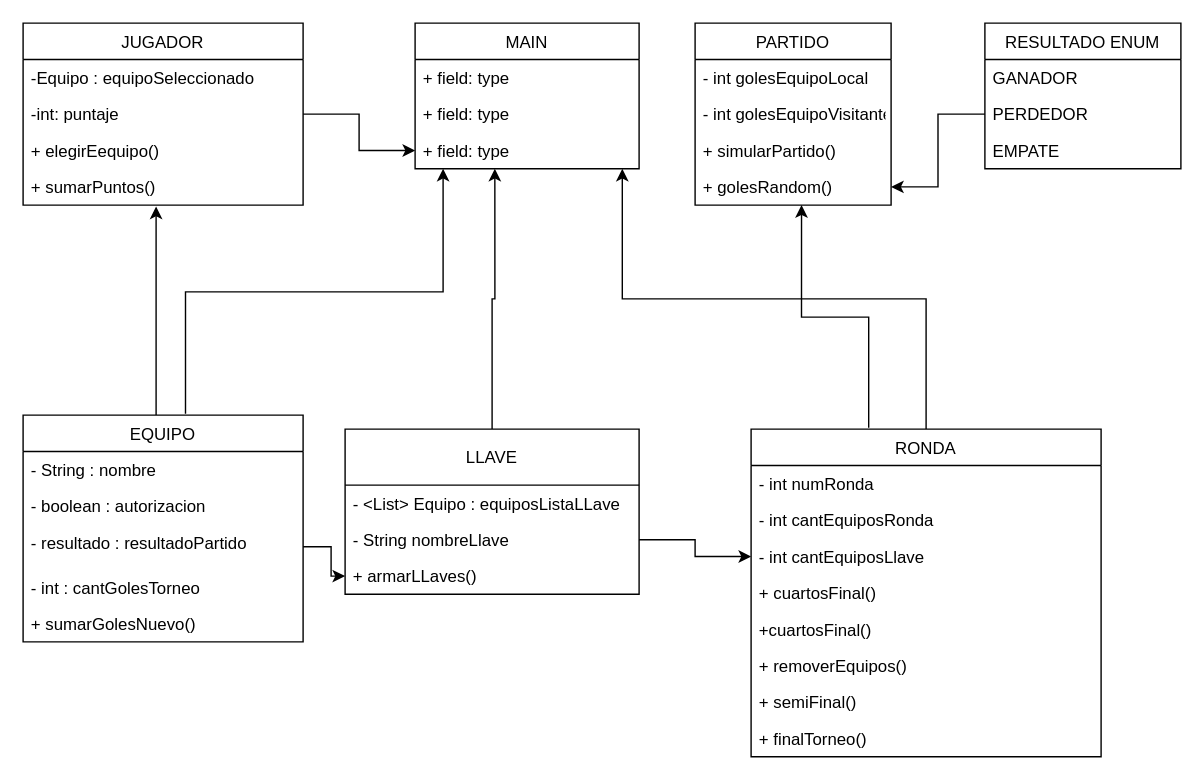
Above: utn integrador/utnIntegrador.drawio in Aubar48/proyectoIntegradorUtn (draw.io), before the change. Source tidied: cells renumbered, new cells numbered last; positions are measured from the earlier drawing's top-left corner, leaving out a move shared by most shapes. Both pictures are drawn from the tidied source at 140%, with x=0, y=0 at pixel (22, 22).
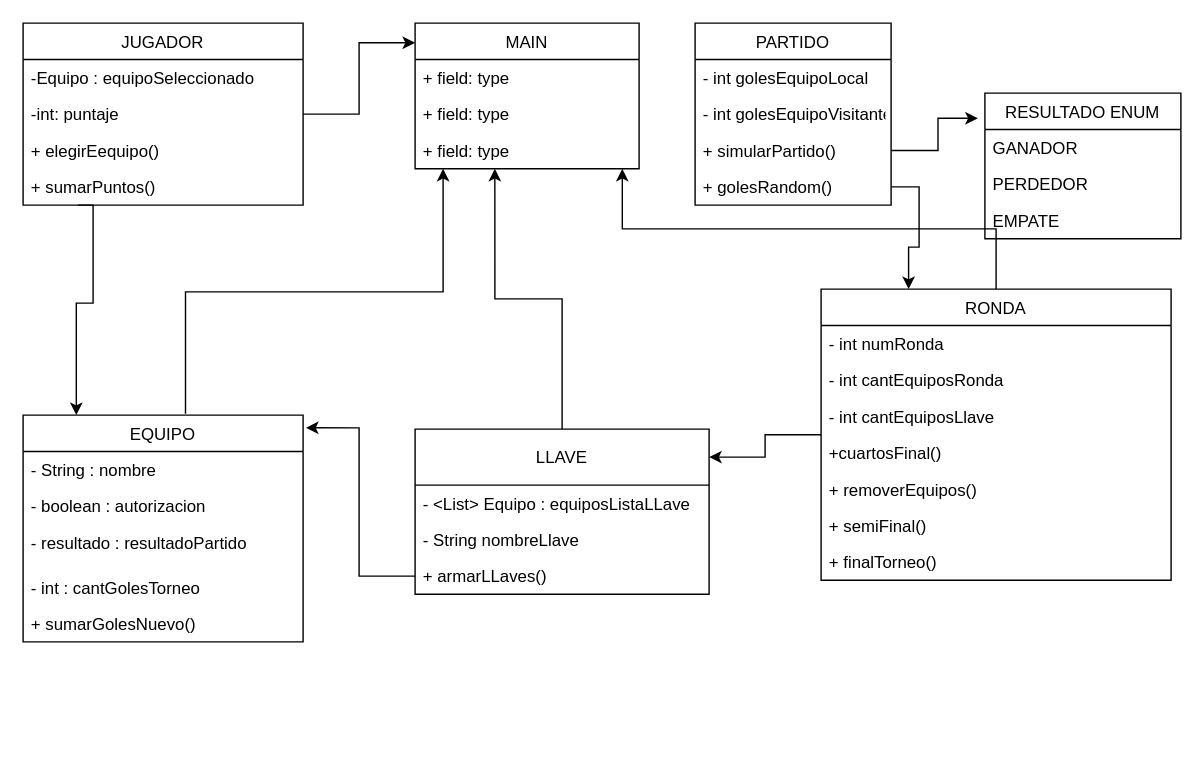
After the change.

Commit message:
se corrigio el uml

Unchanged cells that the change refers to:
```xml
<mxCell id="5" value="+ simularPartido()" style="text;strokeColor=none;fillColor=none;align=left;verticalAlign=top;spacingLeft=4;spacingRight=4;overflow=hidden;points=[[0,0.5],[1,0.5]];portConstraint=eastwest;" parent="2" vertex="1">
  <mxGeometry y="78" width="140" height="26" as="geometry" />
</mxCell>
<mxCell id="6" value="+ golesRandom()" style="text;strokeColor=none;fillColor=none;align=left;verticalAlign=top;spacingLeft=4;spacingRight=4;overflow=hidden;points=[[0,0.5],[1,0.5]];portConstraint=eastwest;" parent="2" vertex="1">
  <mxGeometry y="104" width="140" height="26" as="geometry" />
</mxCell>
<mxCell id="7" value="MAIN" style="swimlane;fontStyle=0;horizontal=1;startSize=26;fillColor=none;" parent="1" vertex="1">
  <mxGeometry x="280" width="160" height="104" as="geometry" />
</mxCell>
<mxCell id="10" value="+ field: type" style="text;strokeColor=none;fillColor=none;align=left;verticalAlign=top;spacingLeft=4;spacingRight=4;overflow=hidden;points=[[0,0.5],[1,0.5]];portConstraint=eastwest;" parent="7" vertex="1">
  <mxGeometry y="78" width="160" height="26" as="geometry" />
</mxCell>
<mxCell id="14" value="- String nombreLlave" style="text;strokeColor=none;fillColor=none;align=left;verticalAlign=top;spacingLeft=4;spacingRight=4;overflow=hidden;points=[[0,0.5],[1,0.5]];portConstraint=eastwest;" parent="12" vertex="1">
  <mxGeometry y="66" width="210" height="26" as="geometry" />
</mxCell>
<mxCell id="15" value="+ armarLLaves()" style="text;strokeColor=none;fillColor=none;align=left;verticalAlign=top;spacingLeft=4;spacingRight=4;overflow=hidden;points=[[0,0.5],[1,0.5]];portConstraint=eastwest;" parent="12" vertex="1">
  <mxGeometry y="92" width="210" height="26" as="geometry" />
</mxCell>
<mxCell id="21" value="- int cantEquiposLlave" style="text;strokeColor=none;fillColor=none;align=left;verticalAlign=top;spacingLeft=4;spacingRight=4;overflow=hidden;points=[[0,0.5],[1,0.5]];portConstraint=eastwest;" parent="18" vertex="1">
  <mxGeometry y="78" width="250" height="26" as="geometry" />
</mxCell>
<mxCell id="29" value="PERDEDOR" style="text;strokeColor=none;fillColor=none;align=left;verticalAlign=top;spacingLeft=4;spacingRight=4;overflow=hidden;points=[[0,0.5],[1,0.5]];portConstraint=eastwest;" parent="27" vertex="1">
  <mxGeometry y="52" width="140" height="26" as="geometry" />
</mxCell>
<mxCell id="33" value="-int: puntaje" style="text;strokeColor=none;fillColor=none;align=left;verticalAlign=top;spacingLeft=4;spacingRight=4;overflow=hidden;points=[[0,0.5],[1,0.5]];portConstraint=eastwest;" parent="31" vertex="1">
  <mxGeometry y="52" width="200" height="26" as="geometry" />
</mxCell>
<mxCell id="35" value="+ sumarPuntos()" style="text;strokeColor=none;fillColor=none;align=left;verticalAlign=top;spacingLeft=4;spacingRight=4;overflow=hidden;points=[[0,0.5],[1,0.5]];portConstraint=eastwest;" parent="31" vertex="1">
  <mxGeometry y="104" width="200" height="26" as="geometry" />
</mxCell>
<mxCell id="38" value="EQUIPO" style="swimlane;fontStyle=0;horizontal=1;startSize=26;fillColor=none;" parent="1" vertex="1">
  <mxGeometry y="280" width="200" height="162" as="geometry" />
</mxCell>
<mxCell id="41" value="- resultado : resultadoPartido" style="text;strokeColor=none;fillColor=none;align=left;verticalAlign=top;spacingLeft=4;spacingRight=4;overflow=hidden;points=[[0,0.5],[1,0.5]];portConstraint=eastwest;" parent="38" vertex="1">
  <mxGeometry y="78" width="200" height="32" as="geometry" />
</mxCell>
```

The edit, as a diff of the source:
```diff
@@
     <mxCell id="12" value="LLAVE" style="swimlane;fontStyle=0;horizontal=1;startSize=40;fillColor=none;" parent="1" vertex="1">
-      <mxGeometry x="230" y="290" width="210" height="118" as="geometry" />
+      <mxGeometry x="280" y="290" width="210" height="118" as="geometry" />
     </mxCell>
@@
-    <mxCell id="16" style="edgeStyle=orthogonalEdgeStyle;rounded=0;jettySize=auto;html=1;entryX=0.543;entryY=1;entryDx=0;entryDy=0;entryPerimeter=0;exitX=0.336;exitY=-0.004;exitDx=0;exitDy=0;exitPerimeter=0;" parent="1" edge="1" source="18" target="6">
-      <mxGeometry relative="1" as="geometry" />
-    </mxCell>
@@
+    <mxCell id="48" style="edgeStyle=orthogonalEdgeStyle;rounded=0;jettySize=auto;html=1;" parent="1" edge="1" source="18" target="12">
+      <mxGeometry relative="1" as="geometry">
+        <Array as="points">
+          <mxPoint x="530" y="294" />
+          <mxPoint x="530" y="310" />
+        </Array>
+      </mxGeometry>
+    </mxCell>
     <mxCell id="18" value="RONDA" style="swimlane;fontStyle=0;horizontal=1;startSize=26;fillColor=none;" parent="1" vertex="1">
-      <mxGeometry x="520" y="290" width="250" height="234" as="geometry" />
+      <mxGeometry x="570" y="190" width="250" height="208" as="geometry" />
     </mxCell>
@@
-    <mxCell id="22" value="+ cuartosFinal()" style="text;strokeColor=none;fillColor=none;align=left;verticalAlign=top;spacingLeft=4;spacingRight=4;overflow=hidden;" parent="18" vertex="1">
-      <mxGeometry y="104" width="250" height="26" as="geometry" />
-    </mxCell>
     <mxCell id="23" value="+cuartosFinal()" style="text;strokeColor=none;fillColor=none;align=left;verticalAlign=top;spacingLeft=4;spacingRight=4;overflow=hidden;" parent="18" vertex="1">
-      <mxGeometry y="130" width="250" height="26" as="geometry" />
+      <mxGeometry y="104" width="250" height="26" as="geometry" />
     </mxCell>
     <mxCell id="24" value="+ removerEquipos()" style="text;strokeColor=none;fillColor=none;align=left;verticalAlign=top;spacingLeft=4;spacingRight=4;overflow=hidden;" parent="18" vertex="1">
-      <mxGeometry y="156" width="250" height="26" as="geometry" />
+      <mxGeometry y="130" width="250" height="26" as="geometry" />
     </mxCell>
     <mxCell id="25" value="+ semiFinal()" style="text;strokeColor=none;fillColor=none;align=left;verticalAlign=top;spacingLeft=4;spacingRight=4;overflow=hidden;" parent="18" vertex="1">
-      <mxGeometry y="182" width="250" height="26" as="geometry" />
+      <mxGeometry y="156" width="250" height="26" as="geometry" />
     </mxCell>
     <mxCell id="26" value="+ finalTorneo()" style="text;strokeColor=none;fillColor=none;align=left;verticalAlign=top;spacingLeft=4;spacingRight=4;overflow=hidden;" parent="18" vertex="1">
-      <mxGeometry y="208" width="250" height="26" as="geometry" />
+      <mxGeometry y="182" width="250" height="26" as="geometry" />
     </mxCell>
     <mxCell id="27" value="RESULTADO ENUM" style="swimlane;fontStyle=0;horizontal=1;startSize=26;fillColor=none;" parent="1" vertex="1">
-      <mxGeometry x="687" width="140" height="104" as="geometry" />
+      <mxGeometry x="687" y="50" width="140" height="104" as="geometry" />
     </mxCell>
@@
-    <mxCell id="36" style="edgeStyle=orthogonalEdgeStyle;rounded=0;jettySize=auto;html=1;entryX=0.475;entryY=1.038;entryDx=0;entryDy=0;entryPerimeter=0;" parent="1" edge="1" source="38" target="35">
-      <mxGeometry relative="1" as="geometry">
-        <Array as="points">
-          <mxPoint x="80" y="305" />
-          <mxPoint x="95" y="305" />
-        </Array>
-      </mxGeometry>
-    </mxCell>
@@
-    <mxCell id="44" style="edgeStyle=orthogonalEdgeStyle;rounded=0;jettySize=auto;html=1;" parent="1" edge="1" source="33" target="10">
+    <mxCell id="44" style="edgeStyle=orthogonalEdgeStyle;rounded=0;jettySize=auto;html=1;entryX=0;entryY=0.135;entryDx=0;entryDy=0;entryPerimeter=0;" parent="1" edge="1" source="33" target="7">
       <mxGeometry relative="1" as="geometry" />
     </mxCell>
-    <mxCell id="45" style="edgeStyle=orthogonalEdgeStyle;rounded=0;jettySize=auto;html=1;" parent="1" edge="1" source="29" target="6">
-      <mxGeometry relative="1" as="geometry" />
-    </mxCell>
-    <mxCell id="46" style="edgeStyle=orthogonalEdgeStyle;rounded=0;jettySize=auto;html=1;" parent="1" edge="1" source="41" target="15">
-      <mxGeometry relative="1" as="geometry" />
-    </mxCell>
-    <mxCell id="47" style="edgeStyle=orthogonalEdgeStyle;rounded=0;jettySize=auto;html=1;entryX=0;entryY=0.5;entryDx=0;entryDy=0;" parent="1" edge="1" source="14" target="21">
-      <mxGeometry relative="1" as="geometry" />
-    </mxCell>
+    <mxCell id="49" style="edgeStyle=orthogonalEdgeStyle;rounded=0;jettySize=auto;html=1;exitX=0.195;exitY=1;exitDx=0;exitDy=0;exitPerimeter=0;" parent="1" edge="1" source="35">
+      <mxGeometry relative="1" as="geometry">
+        <mxPoint x="38" y="280" as="targetPoint" />
+        <Array as="points">
+          <mxPoint x="50" y="130" />
+          <mxPoint x="50" y="200" />
+          <mxPoint x="38" y="200" />
+          <mxPoint x="38" y="280" />
+        </Array>
+      </mxGeometry>
+    </mxCell>
+    <mxCell id="50" style="edgeStyle=orthogonalEdgeStyle;rounded=0;jettySize=auto;html=1;entryX=-0.036;entryY=0.173;entryDx=0;entryDy=0;entryPerimeter=0;" parent="1" edge="1" source="5" target="27">
+      <mxGeometry relative="1" as="geometry" />
+    </mxCell>
+    <mxCell id="51" style="edgeStyle=orthogonalEdgeStyle;rounded=0;jettySize=auto;html=1;entryX=1.01;entryY=0.056;entryDx=0;entryDy=0;entryPerimeter=0;exitX=0;exitY=0.5;exitDx=0;exitDy=0;" parent="1" edge="1" source="15" target="38">
+      <mxGeometry relative="1" as="geometry" />
+    </mxCell>
+    <mxCell id="52" style="edgeStyle=orthogonalEdgeStyle;rounded=0;jettySize=auto;html=1;entryX=0.25;entryY=0;entryDx=0;entryDy=0;" parent="1" edge="1" source="6" target="18">
+      <mxGeometry relative="1" as="geometry" />
+    </mxCell>
```
